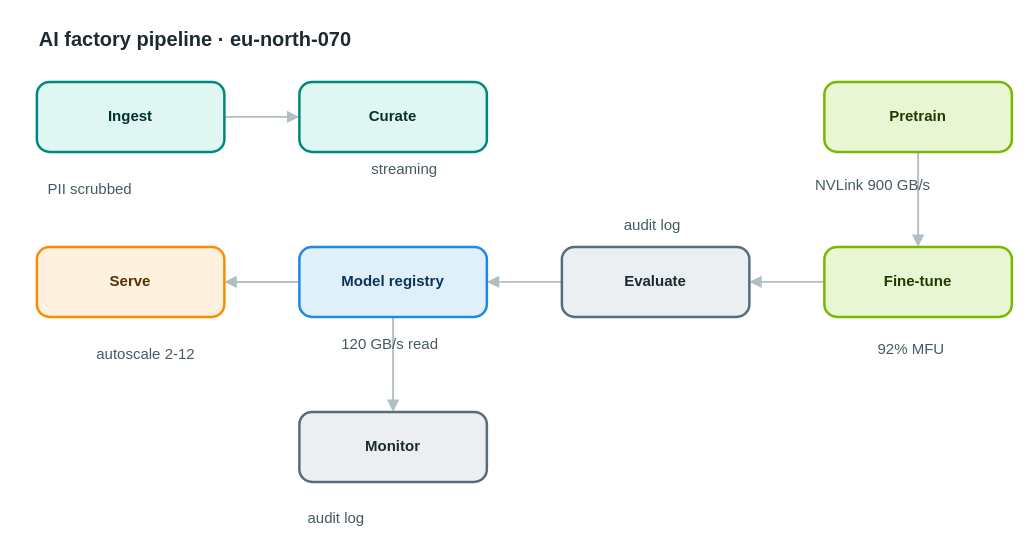
The draw.io diagram apps/web/public/samples/library/070-ai-factory-pipeline.drawio in AryanG01/open-apprentice, before the edit. Source tidied: cells renumbered, new cells numbered last; positions are measured from the earlier drawing's top-left corner, leaving out a move shared by most shapes. Both pictures are drawn from the tidied source at 125%, with x=0, y=0 at pixel (36, 21).
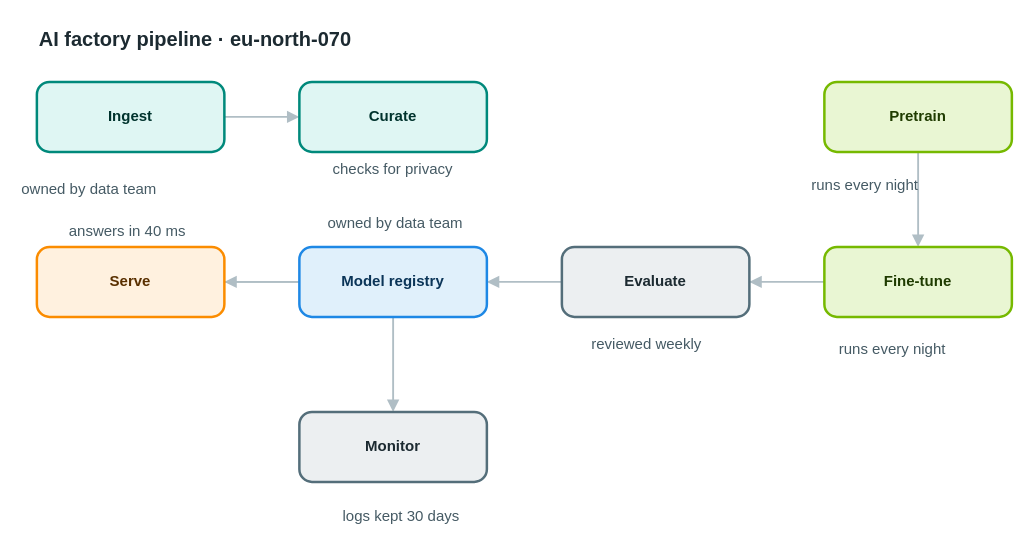
After the change.

The edit, as a diff of the source:
```diff
@@
-    <mxCell id="17" value="PII scrubbed" style="text;html=1;align=left;verticalAlign=top;whiteSpace=nowrap;spacing=0;spacingTop=0;strokeColor=none;fillColor=none;fontSize=12;fontColor=#455a64;" parent="1" vertex="1">
-      <mxGeometry x="9" y="122" width="96" height="20" as="geometry" />
+    <mxCell id="17" value="owned by data team" style="text;html=1;align=left;verticalAlign=top;whiteSpace=nowrap;spacing=0;spacingTop=0;strokeColor=none;fillColor=none;fontSize=12;fontColor=#455a64;" parent="1" vertex="1">
+      <mxGeometry x="-12" y="122" width="138" height="20" as="geometry" />
     </mxCell>
-    <mxCell id="18" value="streaming" style="text;html=1;align=left;verticalAlign=top;whiteSpace=nowrap;spacing=0;spacingTop=0;strokeColor=none;fillColor=none;fontSize=12;fontColor=#455a64;" parent="1" vertex="1">
-      <mxGeometry x="268" y="106" width="75" height="20" as="geometry" />
+    <mxCell id="18" value="checks for privacy" style="text;html=1;align=left;verticalAlign=top;whiteSpace=nowrap;spacing=0;spacingTop=0;strokeColor=none;fillColor=none;fontSize=12;fontColor=#455a64;" parent="1" vertex="1">
+      <mxGeometry x="237" y="106" width="138" height="20" as="geometry" />
     </mxCell>
-    <mxCell id="19" value="NVLink 900 GB/s" style="text;html=1;align=left;verticalAlign=top;whiteSpace=nowrap;spacing=0;spacingTop=0;strokeColor=none;fillColor=none;fontSize=12;fontColor=#455a64;" parent="1" vertex="1">
-      <mxGeometry x="623" y="119" width="117" height="20" as="geometry" />
+    <mxCell id="19" value="runs every night" style="text;html=1;align=left;verticalAlign=top;whiteSpace=nowrap;spacing=0;spacingTop=0;strokeColor=none;fillColor=none;fontSize=12;fontColor=#455a64;" parent="1" vertex="1">
+      <mxGeometry x="620" y="119" width="124" height="20" as="geometry" />
     </mxCell>
-    <mxCell id="20" value="92% MFU" style="text;html=1;align=left;verticalAlign=top;whiteSpace=nowrap;spacing=0;spacingTop=0;strokeColor=none;fillColor=none;fontSize=12;fontColor=#455a64;" parent="1" vertex="1">
-      <mxGeometry x="673" y="250" width="61" height="20" as="geometry" />
+    <mxCell id="20" value="runs every night" style="text;html=1;align=left;verticalAlign=top;whiteSpace=nowrap;spacing=0;spacingTop=0;strokeColor=none;fillColor=none;fontSize=12;fontColor=#455a64;" parent="1" vertex="1">
+      <mxGeometry x="642" y="250" width="124" height="20" as="geometry" />
     </mxCell>
-    <mxCell id="21" value="audit log" style="text;html=1;align=left;verticalAlign=top;whiteSpace=nowrap;spacing=0;spacingTop=0;strokeColor=none;fillColor=none;fontSize=12;fontColor=#455a64;" parent="1" vertex="1">
-      <mxGeometry x="470" y="151" width="75" height="20" as="geometry" />
+    <mxCell id="21" value="reviewed weekly" style="text;html=1;align=left;verticalAlign=top;whiteSpace=nowrap;spacing=0;spacingTop=0;strokeColor=none;fillColor=none;fontSize=12;fontColor=#455a64;" parent="1" vertex="1">
+      <mxGeometry x="444" y="246" width="117" height="20" as="geometry" />
     </mxCell>
-    <mxCell id="22" value="120 GB/s read" style="text;html=1;align=left;verticalAlign=top;whiteSpace=nowrap;spacing=0;spacingTop=0;strokeColor=none;fillColor=none;fontSize=12;fontColor=#455a64;" parent="1" vertex="1">
-      <mxGeometry x="244" y="246" width="103" height="20" as="geometry" />
+    <mxCell id="22" value="owned by data team" style="text;html=1;align=left;verticalAlign=top;whiteSpace=nowrap;spacing=0;spacingTop=0;strokeColor=none;fillColor=none;fontSize=12;fontColor=#455a64;" parent="1" vertex="1">
+      <mxGeometry x="233" y="149" width="138" height="20" as="geometry" />
     </mxCell>
-    <mxCell id="23" value="autoscale 2-12" style="text;html=1;align=left;verticalAlign=top;whiteSpace=nowrap;spacing=0;spacingTop=0;strokeColor=none;fillColor=none;fontSize=12;fontColor=#455a64;" parent="1" vertex="1">
-      <mxGeometry x="48" y="254" width="110" height="20" as="geometry" />
+    <mxCell id="23" value="answers in 40 ms" style="text;html=1;align=left;verticalAlign=top;whiteSpace=nowrap;spacing=0;spacingTop=0;strokeColor=none;fillColor=none;fontSize=12;fontColor=#455a64;" parent="1" vertex="1">
+      <mxGeometry x="26" y="156" width="124" height="20" as="geometry" />
     </mxCell>
-    <mxCell id="24" value="audit log" style="text;html=1;align=left;verticalAlign=top;whiteSpace=nowrap;spacing=0;spacingTop=0;strokeColor=none;fillColor=none;fontSize=12;fontColor=#455a64;" parent="1" vertex="1">
-      <mxGeometry x="217" y="385" width="75" height="20" as="geometry" />
+    <mxCell id="24" value="logs kept 30 days" style="text;html=1;align=left;verticalAlign=top;whiteSpace=nowrap;spacing=0;spacingTop=0;strokeColor=none;fillColor=none;fontSize=12;fontColor=#455a64;" parent="1" vertex="1">
+      <mxGeometry x="245" y="384" width="131" height="20" as="geometry" />
     </mxCell>
```
